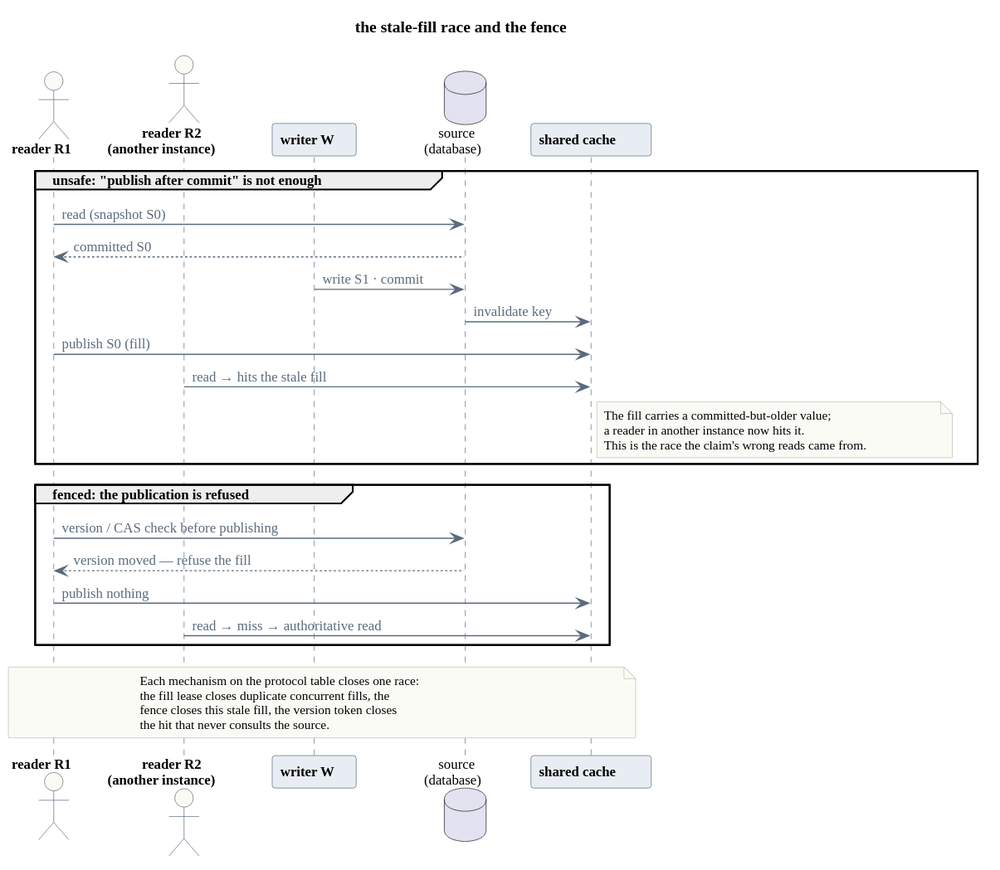
Above: book/assets/fig-cache-stale-fill.svg in xiles84/architecture_design_studies (PlantUML), before the change.
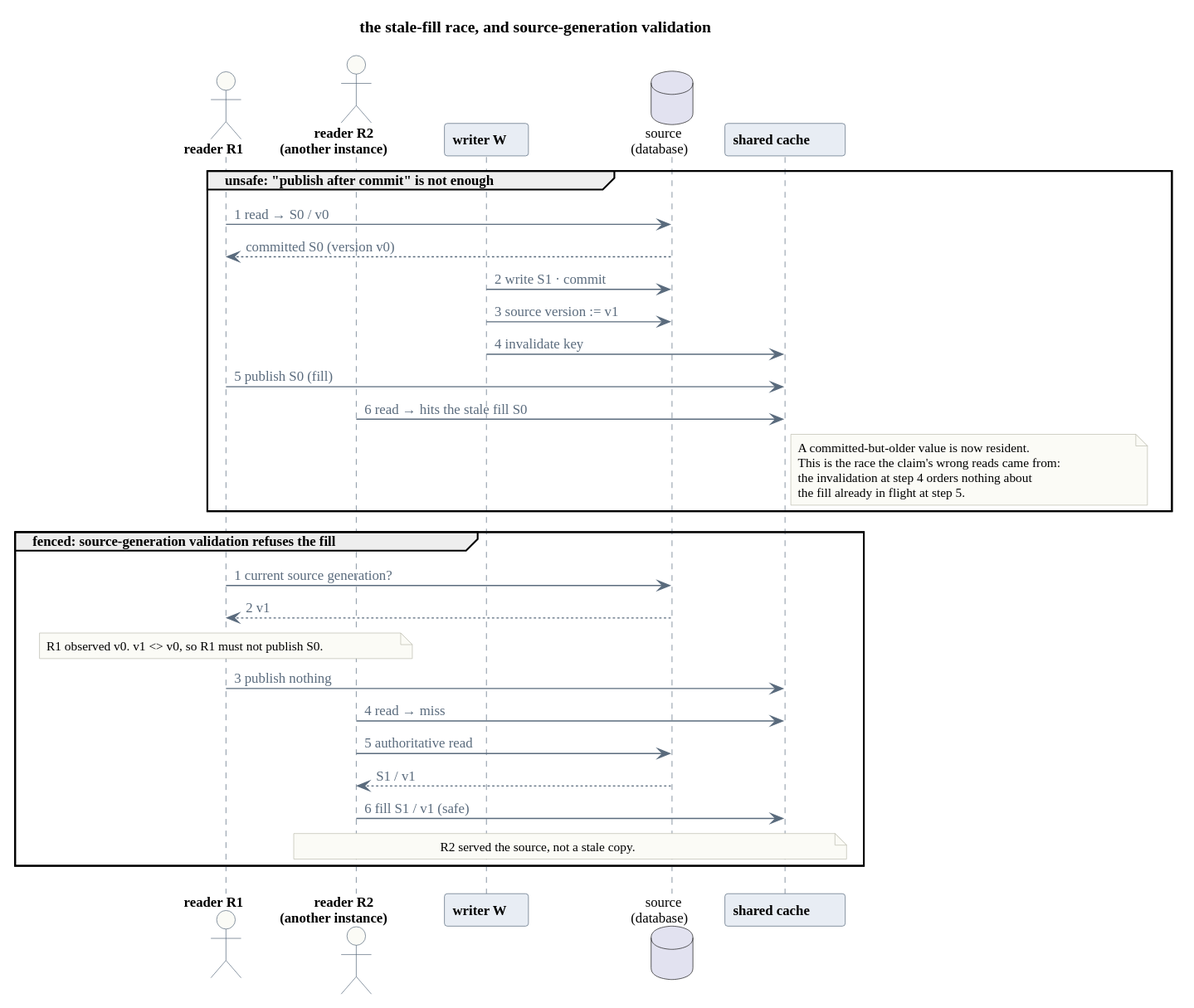
Above is the later version.

Diff of the diagram source:
```diff
@@ -1,6 +1,6 @@
 @startuml
 !include _style.puml
-title the stale-fill race and the fence
+title the stale-fill race, and source-generation validation
 
 actor "reader R1" as R
 actor "reader R2\n(another instance)" as R2
@@ -9,30 +9,30 @@
 participant "shared cache" as C
 
 group unsafe: "publish after commit" is not enough
-  R -> DB : read (snapshot S0)
-  DB --> R : committed S0
-  W -> DB : write S1 · commit
-  DB -> C : invalidate key
-  R -> C : publish S0 (fill)
-  R2 -> C : read → hits the stale fill
+  R -> DB : 1 read  → S0 / v0
+  DB --> R : committed S0 (version v0)
+  W -> DB : 2 write S1 · commit
+  W -> DB : 3 source version := v1
+  W -> C : 4 invalidate key
+  R -> C : 5 publish S0 (fill)
+  R2 -> C : 6 read → hits the stale fill S0
   note right of C
-    The fill carries a committed-but-older value;
-    a reader in another instance now hits it.
-    This is the race the claim's wrong reads came from.
+    A committed-but-older value is now resident.
+    This is the race the claim's wrong reads came from:
+    the invalidation at step 4 orders nothing about
+    the fill already in flight at step 5.
   end note
 end
 
-group fenced: the publication is refused
-  R -> DB : version / CAS check before publishing
-  DB --> R : version moved — refuse the fill
-  R -> C : publish nothing
-  R2 -> C : read → miss → authoritative read
+group fenced: source-generation validation refuses the fill
+  R -> DB : 1 current source generation?
+  DB --> R : 2 v1
+  note over R : R1 observed v0. v1 <> v0, so R1 must not publish S0.
+  R -> C : 3 publish nothing
+  R2 -> C : 4 read → miss
+  R2 -> DB : 5 authoritative read
+  DB --> R2 : S1 / v1
+  R2 -> C : 6 fill S1 / v1 (safe)
+  note over R2, C : R2 served the source, not a stale copy.
 end
-
-note over R, C
-  Each mechanism on the protocol table closes one race:
-  the fill lease closes duplicate concurrent fills, the
-  fence closes this stale fill, the version token closes
-  the hit that never consults the source.
-end note
 @enduml
```
